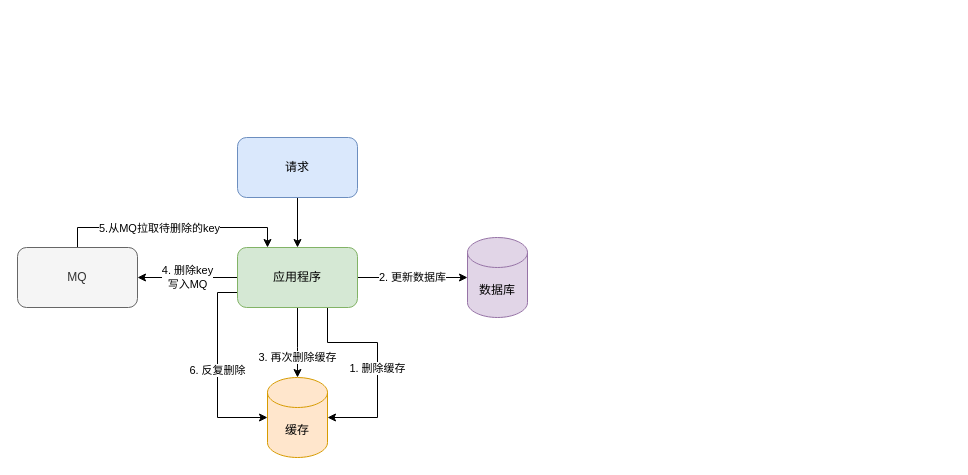
The draw.io diagram page "MySQL和Redis双写一致性" (3 of 3) of FIBM项目绘图.drawio in zhangtong0512/drawio, before the edit. Source tidied: cells renumbered, new cells numbered last; positions are measured from the earlier drawing's top-left corner, leaving out a move shared by most shapes. Both pictures are drawn from the tidied source at 100%, with x=0, y=0 at pixel (17, 137).
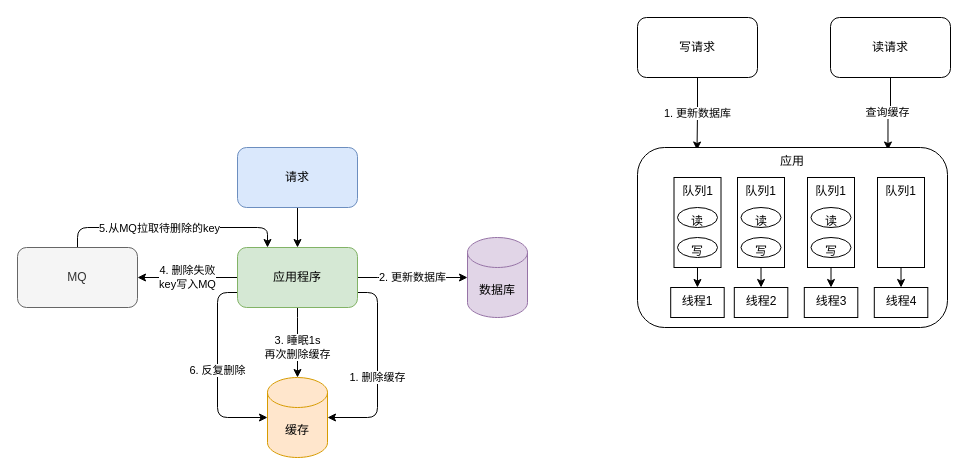
Above is the later version.

What changed in the source:
```diff
@@
-    <mxCell id="2" style="edgeStyle=orthogonalEdgeStyle;rounded=0;jettySize=auto;html=1;exitX=0.5;exitY=1;exitDx=0;exitDy=0;" parent="1" edge="1" source="3" target="10">
+    <mxCell id="2" style="edgeStyle=orthogonalEdgeStyle;jettySize=auto;html=1;exitX=0.5;exitY=1;exitDx=0;exitDy=0;" parent="1" edge="1" source="3" target="10">
       <mxGeometry relative="1" as="geometry" />
     </mxCell>
-    <mxCell id="3" value="请求" style="rounded=1;whiteSpace=wrap;html=1;fillColor=#dae8fc;strokeColor=#6c8ebf;" parent="1" vertex="1">
-      <mxGeometry x="220" width="120" height="60" as="geometry" />
+    <mxCell id="3" value="请求" style="whiteSpace=wrap;html=1;fillColor=#dae8fc;strokeColor=#6c8ebf;rounded=1;" parent="1" vertex="1">
+      <mxGeometry x="220" y="10" width="120" height="60" as="geometry" />
     </mxCell>
-    <mxCell id="4" value="2. 更新数据库" style="edgeStyle=orthogonalEdgeStyle;rounded=0;jettySize=auto;html=1;entryX=0;entryY=0.5;entryDx=0;entryDy=0;entryPerimeter=0;" parent="1" edge="1" source="10" target="12">
+    <mxCell id="4" value="2. 更新数据库" style="edgeStyle=orthogonalEdgeStyle;jettySize=auto;html=1;entryX=0;entryY=0.5;entryDx=0;entryDy=0;entryPerimeter=0;" parent="1" edge="1" source="10" target="12">
       <mxGeometry relative="1" as="geometry">
         <Array as="points">
           <mxPoint x="370" y="140" />
           <mxPoint x="370" y="140" />
         </Array>
       </mxGeometry>
     </mxCell>
-    <mxCell id="5" style="edgeStyle=orthogonalEdgeStyle;rounded=0;jettySize=auto;html=1;exitX=0.75;exitY=1;exitDx=0;exitDy=0;entryX=1;entryY=0.5;entryDx=0;entryDy=0;entryPerimeter=0;" parent="1" edge="1" source="10" target="11">
-      <mxGeometry relative="1" as="geometry" />
+    <mxCell id="5" style="edgeStyle=orthogonalEdgeStyle;jettySize=auto;html=1;exitX=1;exitY=0.75;exitDx=0;exitDy=0;entryX=1;entryY=0.5;entryDx=0;entryDy=0;entryPerimeter=0;" parent="1" edge="1" source="10" target="11">
+      <mxGeometry relative="1" as="geometry">
+        <Array as="points">
+          <mxPoint x="360" y="155" />
+          <mxPoint x="360" y="280" />
+        </Array>
+      </mxGeometry>
     </mxCell>
-    <mxCell id="6" value="1. 删除缓存" style="edgeLabel;html=1;align=center;verticalAlign=middle;" parent="5" vertex="1">
+    <mxCell id="6" value="1. 删除缓存" style="edgeLabel;html=1;align=center;verticalAlign=middle;rounded=1;" parent="5" vertex="1">
       <mxGeometry x="-0.12" y="-1" relative="1" as="geometry">
         <mxPoint y="18" as="offset" />
       </mxGeometry>
     </mxCell>
-    <mxCell id="7" value="3. 再次删除缓存" style="edgeStyle=orthogonalEdgeStyle;rounded=0;jettySize=auto;html=1;exitX=0.5;exitY=1;exitDx=0;exitDy=0;" parent="1" edge="1" source="10" target="11">
-      <mxGeometry x="0.43" relative="1" as="geometry">
+    <mxCell id="7" value="3. 睡眠1s&lt;br&gt;再次删除缓存" style="edgeStyle=orthogonalEdgeStyle;jettySize=auto;html=1;exitX=0.5;exitY=1;exitDx=0;exitDy=0;" parent="1" edge="1" source="10" target="11">
+      <mxGeometry x="0.14" relative="1" as="geometry">
         <Array as="points">
-          <mxPoint x="280" y="210" />
-          <mxPoint x="280" y="210" />
+          <mxPoint x="280" y="190" />
+          <mxPoint x="280" y="190" />
         </Array>
       </mxGeometry>
     </mxCell>
-    <mxCell id="8" value="4. 删除key&lt;br&gt;写入MQ" style="edgeStyle=orthogonalEdgeStyle;rounded=0;jettySize=auto;html=1;exitX=0;exitY=0.5;exitDx=0;exitDy=0;entryX=1;entryY=0.5;entryDx=0;entryDy=0;" parent="1" edge="1" source="10" target="15">
+    <mxCell id="8" value="4. 删除失败&lt;br&gt;key写入MQ" style="edgeStyle=orthogonalEdgeStyle;jettySize=auto;html=1;exitX=0;exitY=0.5;exitDx=0;exitDy=0;entryX=1;entryY=0.5;entryDx=0;entryDy=0;" parent="1" edge="1" source="10" target="15">
       <mxGeometry relative="1" as="geometry" />
     </mxCell>
-    <mxCell id="9" value="6. 反复删除" style="edgeStyle=orthogonalEdgeStyle;rounded=0;jettySize=auto;html=1;exitX=0;exitY=0.75;exitDx=0;exitDy=0;entryX=0;entryY=0.5;entryDx=0;entryDy=0;entryPerimeter=0;" parent="1" edge="1" source="10" target="11">
+    <mxCell id="9" value="6. 反复删除" style="edgeStyle=orthogonalEdgeStyle;jettySize=auto;html=1;exitX=0;exitY=0.75;exitDx=0;exitDy=0;entryX=0;entryY=0.5;entryDx=0;entryDy=0;entryPerimeter=0;" parent="1" edge="1" source="10" target="11">
       <mxGeometry relative="1" as="geometry" />
     </mxCell>
-    <mxCell id="10" value="应用程序" style="rounded=1;whiteSpace=wrap;html=1;fillColor=#d5e8d4;strokeColor=#82b366;" parent="1" vertex="1">
+    <mxCell id="10" value="应用程序" style="whiteSpace=wrap;html=1;fillColor=#d5e8d4;strokeColor=#82b366;rounded=1;" parent="1" vertex="1">
       <mxGeometry x="220" y="110" width="120" height="60" as="geometry" />
     </mxCell>
-    <mxCell id="11" value="缓存" style="shape=cylinder3;whiteSpace=wrap;html=1;boundedLbl=1;backgroundOutline=1;size=15;fillColor=#ffe6cc;strokeColor=#d79b00;" parent="1" vertex="1">
+    <mxCell id="11" value="缓存" style="shape=cylinder3;whiteSpace=wrap;html=1;boundedLbl=1;backgroundOutline=1;size=15;fillColor=#ffe6cc;strokeColor=#d79b00;rounded=1;" parent="1" vertex="1">
       <mxGeometry x="250" y="240" width="60" height="80" as="geometry" />
     </mxCell>
-    <mxCell id="12" value="数据库" style="shape=cylinder3;whiteSpace=wrap;html=1;boundedLbl=1;backgroundOutline=1;size=15;fillColor=#e1d5e7;strokeColor=#9673a6;" parent="1" vertex="1">
+    <mxCell id="12" value="数据库" style="shape=cylinder3;whiteSpace=wrap;html=1;boundedLbl=1;backgroundOutline=1;size=15;fillColor=#e1d5e7;strokeColor=#9673a6;rounded=1;" parent="1" vertex="1">
       <mxGeometry x="450" y="100" width="60" height="80" as="geometry" />
     </mxCell>
-    <mxCell id="13" style="edgeStyle=orthogonalEdgeStyle;rounded=0;jettySize=auto;html=1;exitX=0.5;exitY=0;exitDx=0;exitDy=0;entryX=0.25;entryY=0;entryDx=0;entryDy=0;" parent="1" edge="1" source="15" target="10">
+    <mxCell id="13" style="edgeStyle=orthogonalEdgeStyle;jettySize=auto;html=1;exitX=0.5;exitY=0;exitDx=0;exitDy=0;entryX=0.25;entryY=0;entryDx=0;entryDy=0;" parent="1" edge="1" source="15" target="10">
       <mxGeometry relative="1" as="geometry" />
     </mxCell>
-    <mxCell id="14" value="5.从MQ拉取待删除的key" style="edgeLabel;html=1;align=center;verticalAlign=middle;" parent="13" vertex="1">
+    <mxCell id="14" value="5.从MQ拉取待删除的key" style="edgeLabel;html=1;align=center;verticalAlign=middle;rounded=1;" parent="13" vertex="1">
       <mxGeometry x="-0.12" relative="1" as="geometry" />
     </mxCell>
-    <mxCell id="15" value="MQ" style="rounded=1;whiteSpace=wrap;html=1;fillColor=#f5f5f5;strokeColor=#666666;fontColor=#333333;" parent="1" vertex="1">
+    <mxCell id="15" value="MQ" style="whiteSpace=wrap;html=1;fillColor=#f5f5f5;strokeColor=#666666;fontColor=#333333;rounded=1;" parent="1" vertex="1">
       <mxGeometry y="110" width="120" height="60" as="geometry" />
     </mxCell>
+    <mxCell id="16" value="1. 更新数据库" style="edgeStyle=orthogonalEdgeStyle;rounded=0;jettySize=auto;html=1;exitX=0.5;exitY=1;exitDx=0;exitDy=0;entryX=0.192;entryY=0.014;entryDx=0;entryDy=0;entryPerimeter=0;" parent="1" edge="1" source="17" target="20">
+      <mxGeometry relative="1" as="geometry" />
+    </mxCell>
+    <mxCell id="17" value="写请求" style="rounded=1;whiteSpace=wrap;html=1;" parent="1" vertex="1">
+      <mxGeometry x="620" y="-120" width="120" height="60" as="geometry" />
+    </mxCell>
+    <mxCell id="18" value="查询缓存" style="edgeStyle=orthogonalEdgeStyle;rounded=0;jettySize=auto;html=1;exitX=0.5;exitY=1;exitDx=0;exitDy=0;entryX=0.808;entryY=0.014;entryDx=0;entryDy=0;entryPerimeter=0;" parent="1" edge="1" source="19" target="20">
+      <mxGeometry relative="1" as="geometry" />
+    </mxCell>
+    <mxCell id="19" value="读请求" style="rounded=1;whiteSpace=wrap;html=1;" parent="1" vertex="1">
+      <mxGeometry x="813" y="-120" width="120" height="60" as="geometry" />
+    </mxCell>
+    <mxCell id="20" value="应用" style="rounded=1;whiteSpace=wrap;html=1;verticalAlign=top;" parent="1" vertex="1">
+      <mxGeometry x="620" y="10" width="310" height="180" as="geometry" />
+    </mxCell>
+    <mxCell id="21" style="edgeStyle=orthogonalEdgeStyle;rounded=0;jettySize=auto;html=1;exitX=0.5;exitY=1;exitDx=0;exitDy=0;entryX=0.5;entryY=0;entryDx=0;entryDy=0;" parent="1" edge="1" source="22" target="29">
+      <mxGeometry relative="1" as="geometry" />
+    </mxCell>
+    <mxCell id="22" value="队列1" style="rounded=0;whiteSpace=wrap;html=1;verticalAlign=top;" parent="1" vertex="1">
+      <mxGeometry x="656.5" y="40" width="47" height="90" as="geometry" />
+    </mxCell>
+    <mxCell id="23" style="edgeStyle=orthogonalEdgeStyle;rounded=0;jettySize=auto;html=1;exitX=0.5;exitY=1;exitDx=0;exitDy=0;entryX=0.5;entryY=0;entryDx=0;entryDy=0;" parent="1" edge="1" source="24" target="30">
+      <mxGeometry relative="1" as="geometry" />
+    </mxCell>
+    <mxCell id="24" value="&lt;span&gt;队列1&lt;/span&gt;" style="rounded=0;whiteSpace=wrap;html=1;verticalAlign=top;" parent="1" vertex="1">
+      <mxGeometry x="720" y="40" width="47" height="90" as="geometry" />
+    </mxCell>
+    <mxCell id="25" style="edgeStyle=orthogonalEdgeStyle;rounded=0;jettySize=auto;html=1;exitX=0.5;exitY=1;exitDx=0;exitDy=0;" parent="1" edge="1" source="26" target="31">
+      <mxGeometry relative="1" as="geometry" />
+    </mxCell>
+    <mxCell id="26" value="&lt;span&gt;队列1&lt;/span&gt;" style="rounded=0;whiteSpace=wrap;html=1;verticalAlign=top;" parent="1" vertex="1">
+      <mxGeometry x="790" y="40" width="47" height="90" as="geometry" />
+    </mxCell>
+    <mxCell id="27" style="edgeStyle=orthogonalEdgeStyle;rounded=0;jettySize=auto;html=1;exitX=0.5;exitY=1;exitDx=0;exitDy=0;entryX=0.5;entryY=0;entryDx=0;entryDy=0;" parent="1" edge="1" source="28" target="32">
+      <mxGeometry relative="1" as="geometry" />
+    </mxCell>
+    <mxCell id="28" value="&lt;span&gt;队列1&lt;/span&gt;" style="rounded=0;whiteSpace=wrap;html=1;verticalAlign=top;" parent="1" vertex="1">
+      <mxGeometry x="860" y="40" width="47" height="90" as="geometry" />
+    </mxCell>
+    <mxCell id="29" value="线程1" style="rounded=0;whiteSpace=wrap;html=1;verticalAlign=top;" parent="1" vertex="1">
+      <mxGeometry x="653.2" y="150" width="53.5" height="30" as="geometry" />
+    </mxCell>
+    <mxCell id="30" value="&lt;span&gt;线程2&lt;/span&gt;" style="rounded=0;whiteSpace=wrap;html=1;verticalAlign=top;" parent="1" vertex="1">
+      <mxGeometry x="716.8" y="150" width="53.5" height="30" as="geometry" />
+    </mxCell>
+    <mxCell id="31" value="&lt;span&gt;线程3&lt;/span&gt;" style="rounded=0;whiteSpace=wrap;html=1;verticalAlign=top;" parent="1" vertex="1">
+      <mxGeometry x="786.8" y="150" width="53.5" height="30" as="geometry" />
+    </mxCell>
+    <mxCell id="32" value="&lt;span&gt;线程4&lt;/span&gt;" style="rounded=0;whiteSpace=wrap;html=1;verticalAlign=top;" parent="1" vertex="1">
+      <mxGeometry x="856.8" y="150" width="53.5" height="30" as="geometry" />
+    </mxCell>
+    <mxCell id="33" value="写" style="ellipse;whiteSpace=wrap;html=1;rounded=1;verticalAlign=top;" parent="1" vertex="1">
+      <mxGeometry x="660" y="100" width="40" height="20" as="geometry" />
+    </mxCell>
+    <mxCell id="34" value="读" style="ellipse;whiteSpace=wrap;html=1;rounded=1;verticalAlign=top;" parent="1" vertex="1">
+      <mxGeometry x="660" y="70" width="40" height="20" as="geometry" />
+    </mxCell>
+    <mxCell id="35" value="写" style="ellipse;whiteSpace=wrap;html=1;rounded=1;verticalAlign=top;" parent="1" vertex="1">
+      <mxGeometry x="723.5" y="100" width="40" height="20" as="geometry" />
+    </mxCell>
+    <mxCell id="36" value="读" style="ellipse;whiteSpace=wrap;html=1;rounded=1;verticalAlign=top;" parent="1" vertex="1">
+      <mxGeometry x="723.5" y="70" width="40" height="20" as="geometry" />
+    </mxCell>
+    <mxCell id="37" value="写" style="ellipse;whiteSpace=wrap;html=1;rounded=1;verticalAlign=top;" parent="1" vertex="1">
+      <mxGeometry x="793.5" y="100" width="40" height="20" as="geometry" />
+    </mxCell>
+    <mxCell id="38" value="读" style="ellipse;whiteSpace=wrap;html=1;rounded=1;verticalAlign=top;" parent="1" vertex="1">
+      <mxGeometry x="793.5" y="70" width="40" height="20" as="geometry" />
+    </mxCell>
```
